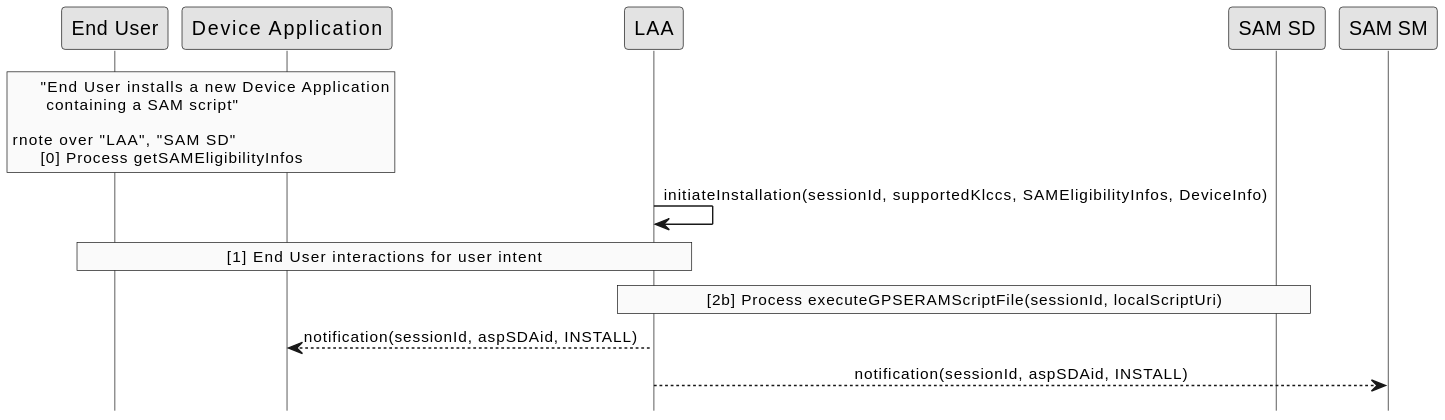
GlobalPlatform/LAA-SAM_SM-Interface keeps this PlantUML diagram as doc/uml/install-local.svg. Above is the earlier version. Source of this version:
```plantuml
@startuml
hide footbox
skinparam sequenceMessageAlign center
skinparam sequenceArrowFontSize 11
skinparam noteFontSize 11
skinparam monochrome true
skinparam lifelinestrategy solid


rnote over "End User", "Device Application"
     "End User installs a new Device Application
      containing a SAM script"

rnote over "LAA", "SAM SD"
     [0] Process getSAMEligibilityInfos
end rnote

"LAA" -> "LAA" : initiateInstallation(sessionId, supportedKlccs, SAMEligibilityInfos, DeviceInfo)

rnote over "LAA", "End User"
     [1] End User interactions for user intent
end rnote

rnote over "LAA", "SAM SD"
     [2b] Process executeGPSERAMScriptFile(sessionId, localScriptUri)
end rnote

LAA --> "Device Application" : notification(sessionId, aspSDAid, INSTALL)

LAA --> "SAM SM" : notification(sessionId, aspSDAid, INSTALL)
@enduml
```
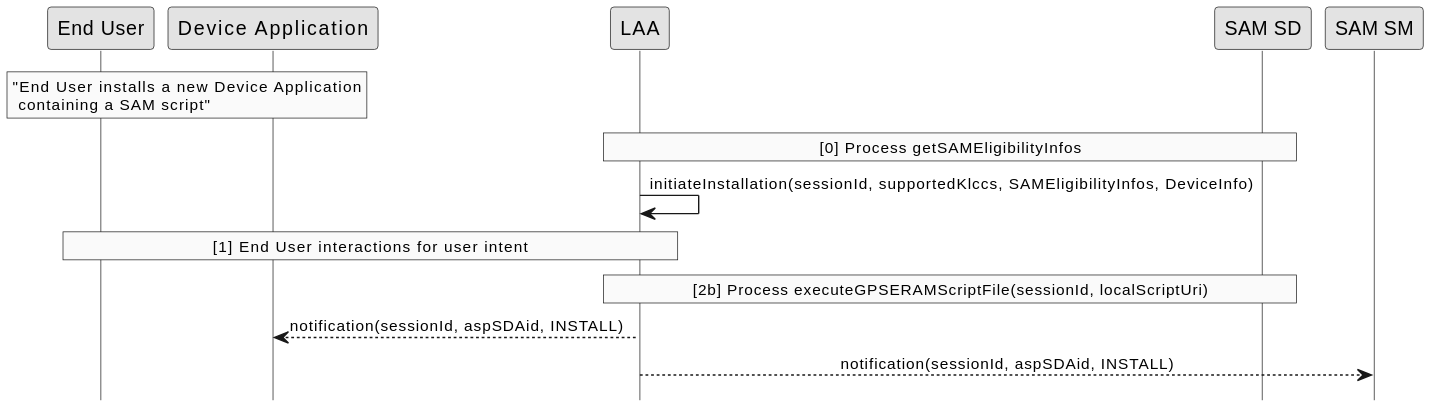
After the change.

Commit message:
Small fix on install local

Diff of the diagram source:
```diff
@@ -10,6 +10,7 @@
 rnote over "End User", "Device Application"
      "End User installs a new Device Application
       containing a SAM script"
+end rnote
 
 rnote over "LAA", "SAM SD"
      [0] Process getSAMEligibilityInfos
```
